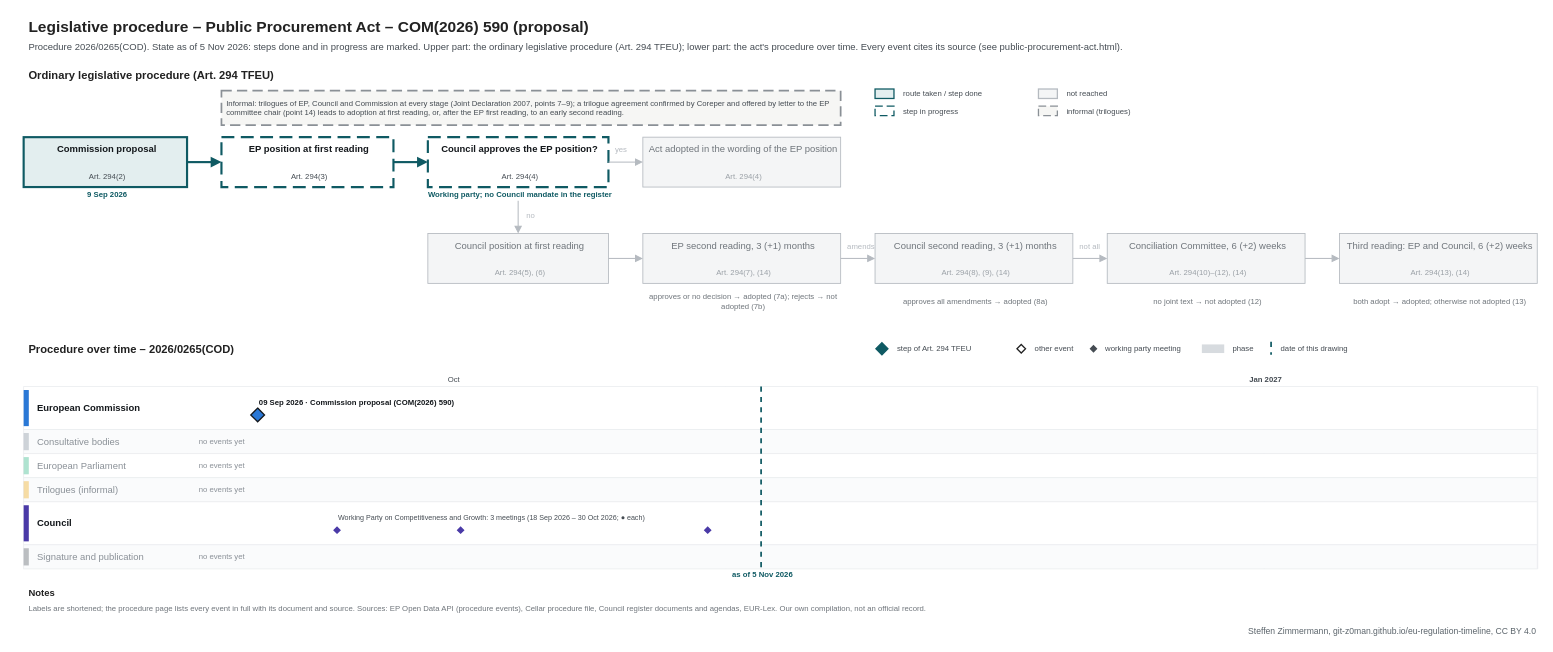
The draw.io diagram procedures/public-procurement-act.drawio in git-z0man/eu-regulation-timeline, before the edit. Source tidied: cells renumbered, new cells numbered last; positions are measured from the earlier drawing's top-left corner, leaving out a move shared by most shapes. Both pictures are drawn from the tidied source at 86%, with x=0, y=0 at pixel (15, 15).
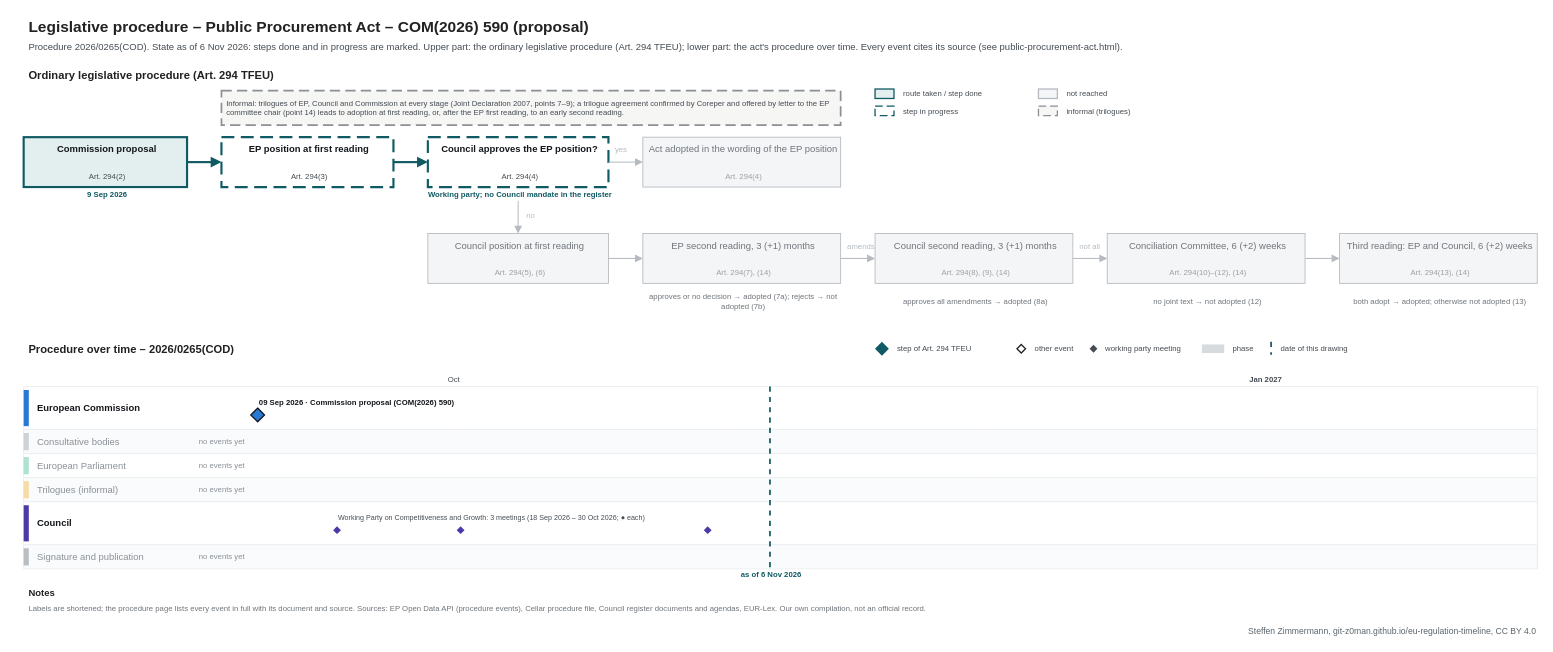
The same diagram, later.

The edit, as a diff of the source:
```diff
@@
-    <mxCell id="3" value="Procedure 2026/0265(COD). State as of 5 Nov 2026: steps done and in progress are marked. Upper part: the ordinary legislative procedure (Art. 294 TFEU); lower part: the act's procedure over time. Every event cites its source (see public-procurement-act.html)." style="text;html=1;fontSize=11;fontColor=#454c53;align=left;verticalAlign=middle;spacingLeft=4;" parent="1" vertex="1">
+    <mxCell id="3" value="Procedure 2026/0265(COD). State as of 6 Nov 2026: steps done and in progress are marked. Upper part: the ordinary legislative procedure (Art. 294 TFEU); lower part: the act's procedure over time. Every event cites its source (see public-procurement-act.html)." style="text;html=1;fontSize=11;fontColor=#454c53;align=left;verticalAlign=middle;spacingLeft=4;" parent="1" vertex="1">
       <mxGeometry x="10" y="28" width="1700" height="18" as="geometry" />
     </mxCell>
@@
     <mxCell id="101" style="line;html=1;strokeWidth=2;strokeColor=#0f5a63;direction=south;dashed=1;" parent="1" vertex="1">
-      <mxGeometry x="867" y="432" width="1" height="212" as="geometry" />
+      <mxGeometry x="877.3" y="432" width="1" height="212" as="geometry" />
     </mxCell>
-    <mxCell id="102" value="as of 5 Nov 2026" style="text;html=1;fontSize=9;fontColor=#0f5a63;align=center;verticalAlign=middle;spacingLeft=4;fontStyle=1;" parent="1" vertex="1">
-      <mxGeometry x="807" y="645" width="120" height="12" as="geometry" />
+    <mxCell id="102" value="as of 6 Nov 2026" style="text;html=1;fontSize=9;fontColor=#0f5a63;align=center;verticalAlign=middle;spacingLeft=4;fontStyle=1;" parent="1" vertex="1">
+      <mxGeometry x="817.3" y="645" width="120" height="12" as="geometry" />
     </mxCell>
```
